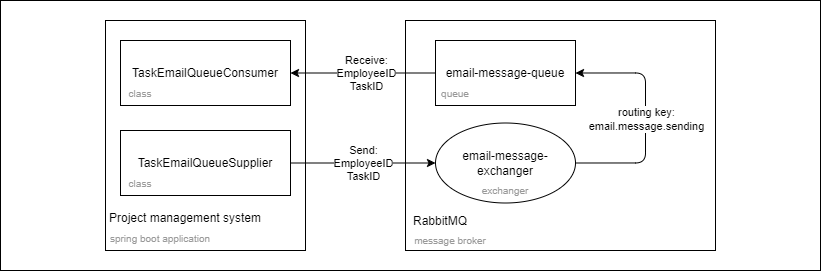
Before: doc/arch/use-case/rabbitMQ.png, a diagram exported from draw.io (PavelNaymovets/project_management_system). Source tidied: cells renumbered, new cells last; positions are measured from the earlier drawing's top-left corner, leaving out a move shared by most shapes.
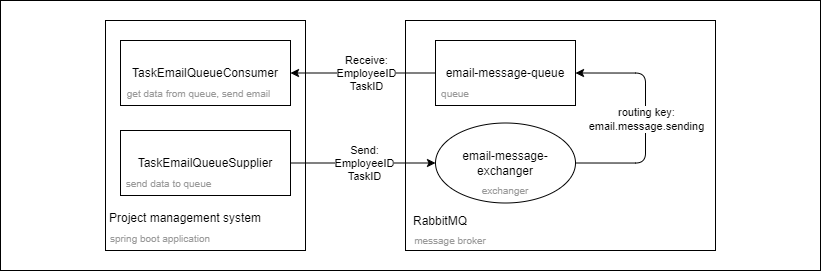
Above is the later version.

Change to the diagram source:
```diff
@@ -32,11 +32,11 @@
     <mxCell id="11" value="TaskEmailQueueConsumer" style="text;html=1;strokeColor=none;fillColor=none;align=center;verticalAlign=middle;whiteSpace=wrap;rounded=0;" parent="1" vertex="1">
       <mxGeometry x="175" y="57.5" width="60" height="30" as="geometry" />
     </mxCell>
-    <mxCell id="12" value="&lt;font color=&quot;#999999&quot; style=&quot;font-size: 10px;&quot;&gt;class&lt;/font&gt;" style="text;html=1;strokeColor=none;fillColor=none;align=center;verticalAlign=middle;whiteSpace=wrap;rounded=0;" parent="1" vertex="1">
-      <mxGeometry x="120" y="170" width="40" height="25" as="geometry" />
+    <mxCell id="12" value="&lt;font color=&quot;#999999&quot; style=&quot;font-size: 10px;&quot;&gt;send data to queue&lt;/font&gt;" style="text;html=1;strokeColor=none;fillColor=none;align=center;verticalAlign=middle;whiteSpace=wrap;rounded=0;" parent="1" vertex="1">
+      <mxGeometry x="120" y="170" width="97" height="25" as="geometry" />
     </mxCell>
-    <mxCell id="13" value="&lt;font color=&quot;#999999&quot; style=&quot;font-size: 10px;&quot;&gt;class&lt;/font&gt;" style="text;html=1;strokeColor=none;fillColor=none;align=center;verticalAlign=middle;whiteSpace=wrap;rounded=0;" parent="1" vertex="1">
-      <mxGeometry x="120" y="80" width="40" height="25" as="geometry" />
+    <mxCell id="13" value="&lt;font color=&quot;#999999&quot; style=&quot;font-size: 10px;&quot;&gt;get data from queue, send email&lt;/font&gt;" style="text;html=1;strokeColor=none;fillColor=none;align=center;verticalAlign=middle;whiteSpace=wrap;rounded=0;" parent="1" vertex="1">
+      <mxGeometry x="120" y="80" width="157" height="25" as="geometry" />
     </mxCell>
     <mxCell id="14" style="endArrow=classic;html=1;rounded=0;exitX=1;exitY=0.5;exitDx=0;exitDy=0;entryX=0;entryY=0.5;entryDx=0;entryDy=0;" parent="1" edge="1" source="8" target="17">
       <mxGeometry relative="1" as="geometry" />
```
